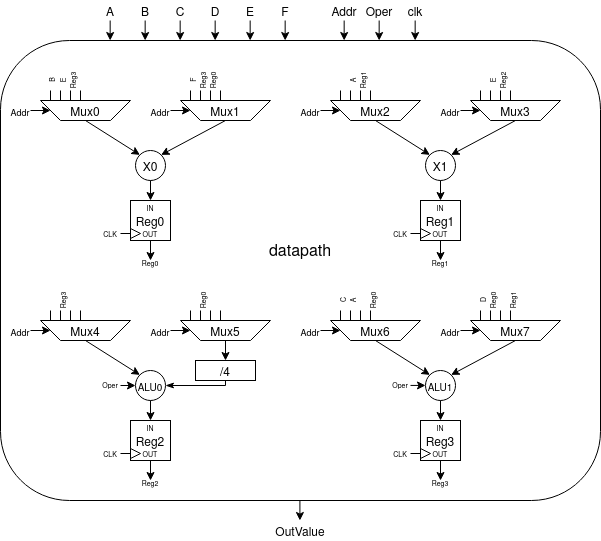
MiguelAReis/PSD_LAB2 keeps this draw.io diagram as lab2/Diagramas/Datapath.png. Above is the earlier version. Source tidied: cells renumbered, new cells last; positions are measured from the earlier drawing's top-left corner, leaving out a move shared by most shapes.
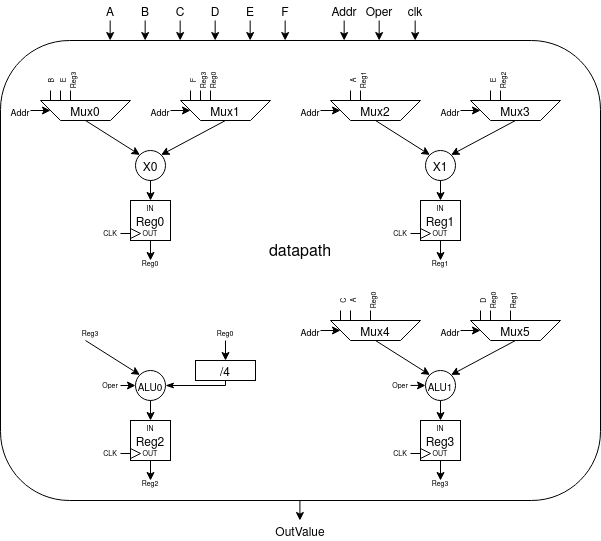
After the change.

Commit message:
updated datapath diagram

Change to the diagram source:
```diff
@@ -26,12 +26,6 @@
         <mxPoint x="70" y="40" as="targetPoint" />
       </mxGeometry>
     </mxCell>
-    <mxCell id="8" style="endArrow=none;html=1;" parent="4" edge="1">
-      <mxGeometry relative="1" as="geometry">
-        <mxPoint x="80" y="40" as="sourcePoint" />
-        <mxPoint x="80" y="30" as="targetPoint" />
-      </mxGeometry>
-    </mxCell>
     <mxCell id="9" style="endArrow=none;html=1;" parent="4" edge="1">
       <mxGeometry relative="1" as="geometry">
         <mxPoint x="50" y="40" as="sourcePoint" />
@@ -76,12 +70,6 @@
         <mxPoint x="70" y="40" as="targetPoint" />
       </mxGeometry>
     </mxCell>
-    <mxCell id="20" style="endArrow=none;html=1;" parent="16" edge="1">
-      <mxGeometry relative="1" as="geometry">
-        <mxPoint x="80" y="40" as="sourcePoint" />
-        <mxPoint x="80" y="30" as="targetPoint" />
-      </mxGeometry>
-    </mxCell>
     <mxCell id="21" style="endArrow=none;html=1;" parent="16" edge="1">
       <mxGeometry relative="1" as="geometry">
         <mxPoint x="50" y="40" as="sourcePoint" />
@@ -170,18 +158,6 @@
         <mxPoint x="70" y="40" as="targetPoint" />
       </mxGeometry>
     </mxCell>
-    <mxCell id="43" style="endArrow=none;html=1;" parent="39" edge="1">
-      <mxGeometry relative="1" as="geometry">
-        <mxPoint x="80" y="40" as="sourcePoint" />
-        <mxPoint x="80" y="30" as="targetPoint" />
-      </mxGeometry>
-    </mxCell>
-    <mxCell id="44" style="endArrow=none;html=1;" parent="39" edge="1">
-      <mxGeometry relative="1" as="geometry">
-        <mxPoint x="50" y="40" as="sourcePoint" />
-        <mxPoint x="50" y="30" as="targetPoint" />
-      </mxGeometry>
-    </mxCell>
     <mxCell id="45" value="&lt;font style=&quot;font-size: 7px&quot;&gt;A&lt;/font&gt;" style="text;html=1;strokeColor=none;fillColor=none;align=center;verticalAlign=middle;whiteSpace=wrap;rounded=0;rotation=-90;" parent="39" vertex="1">
       <mxGeometry x="40" y="10" width="40" height="20" as="geometry" />
     </mxCell>
@@ -217,18 +193,6 @@
         <mxPoint x="70" y="40" as="targetPoint" />
       </mxGeometry>
     </mxCell>
-    <mxCell id="54" style="endArrow=none;html=1;" parent="50" edge="1">
-      <mxGeometry relative="1" as="geometry">
-        <mxPoint x="80" y="40" as="sourcePoint" />
-        <mxPoint x="80" y="30" as="targetPoint" />
-      </mxGeometry>
-    </mxCell>
-    <mxCell id="55" style="endArrow=none;html=1;" parent="50" edge="1">
-      <mxGeometry relative="1" as="geometry">
-        <mxPoint x="50" y="40" as="sourcePoint" />
-        <mxPoint x="50" y="30" as="targetPoint" />
-      </mxGeometry>
-    </mxCell>
     <mxCell id="56" value="&lt;font style=&quot;font-size: 7px&quot;&gt;E&lt;/font&gt;" style="text;html=1;strokeColor=none;fillColor=none;align=center;verticalAlign=middle;whiteSpace=wrap;rounded=0;rotation=-90;" parent="50" vertex="1">
       <mxGeometry x="40" y="10" width="40" height="20" as="geometry" />
     </mxCell>
@@ -287,96 +251,10 @@
     <mxCell id="71" value="&lt;font style=&quot;font-size: 10px&quot;&gt;ALU0&lt;/font&gt;" style="ellipse;whiteSpace=wrap;html=1;" parent="1" vertex="1">
       <mxGeometry x="135" y="370" width="30" height="30" as="geometry" />
     </mxCell>
-    <mxCell id="72" style="group;" parent="1" vertex="1">
-      <mxGeometry y="280" width="130" height="60" as="geometry" />
-    </mxCell>
-    <mxCell id="73" style="shape=trapezoid;perimeter=trapezoidPerimeter;whiteSpace=wrap;html=1;fixedSize=1;rotation=-180;" parent="72" vertex="1">
-      <mxGeometry x="40" y="40" width="90" height="20" as="geometry" />
-    </mxCell>
-    <mxCell id="74" style="endArrow=none;html=1;" parent="72" edge="1">
-      <mxGeometry relative="1" as="geometry">
-        <mxPoint x="60" y="40" as="sourcePoint" />
-        <mxPoint x="60" y="30" as="targetPoint" />
-      </mxGeometry>
-    </mxCell>
-    <mxCell id="75" style="endArrow=none;html=1;" parent="72" edge="1">
-      <mxGeometry relative="1" as="geometry">
-        <mxPoint x="70" y="30" as="sourcePoint" />
-        <mxPoint x="70" y="40" as="targetPoint" />
-      </mxGeometry>
-    </mxCell>
-    <mxCell id="76" style="endArrow=none;html=1;" parent="72" edge="1">
-      <mxGeometry relative="1" as="geometry">
-        <mxPoint x="80" y="40" as="sourcePoint" />
-        <mxPoint x="80" y="30" as="targetPoint" />
-      </mxGeometry>
-    </mxCell>
-    <mxCell id="77" style="endArrow=none;html=1;" parent="72" edge="1">
-      <mxGeometry relative="1" as="geometry">
-        <mxPoint x="50" y="40" as="sourcePoint" />
-        <mxPoint x="50" y="30" as="targetPoint" />
-      </mxGeometry>
-    </mxCell>
-    <mxCell id="78" value="&lt;font style=&quot;font-size: 7px&quot;&gt;Reg3&lt;/font&gt;" style="text;html=1;strokeColor=none;fillColor=none;align=center;verticalAlign=middle;whiteSpace=wrap;rounded=0;rotation=-90;" parent="72" vertex="1">
-      <mxGeometry x="40" y="10" width="40" height="20" as="geometry" />
-    </mxCell>
-    <mxCell id="79" style="endArrow=classic;html=1;entryX=1;entryY=0.5;entryDx=0;entryDy=0;" parent="72" edge="1" target="73">
-      <mxGeometry relative="1" as="geometry">
-        <mxPoint x="30" y="50" as="sourcePoint" />
-      </mxGeometry>
-    </mxCell>
-    <mxCell id="80" value="&lt;font style=&quot;font-size: 9px&quot;&gt;Addr&lt;/font&gt;" style="text;html=1;strokeColor=none;fillColor=none;align=center;verticalAlign=middle;whiteSpace=wrap;rounded=0;" parent="72" vertex="1">
-      <mxGeometry y="40" width="40" height="20" as="geometry" />
-    </mxCell>
-    <mxCell id="81" value="Mux4" style="text;html=1;strokeColor=none;fillColor=none;align=center;verticalAlign=middle;whiteSpace=wrap;rounded=0;" parent="72" vertex="1">
-      <mxGeometry x="65" y="40" width="40" height="20" as="geometry" />
-    </mxCell>
-    <mxCell id="82" style="group;" parent="1" vertex="1">
-      <mxGeometry x="140" y="280" width="130" height="60" as="geometry" />
-    </mxCell>
-    <mxCell id="83" style="shape=trapezoid;perimeter=trapezoidPerimeter;whiteSpace=wrap;html=1;fixedSize=1;rotation=-180;" parent="82" vertex="1">
-      <mxGeometry x="40" y="40" width="90" height="20" as="geometry" />
-    </mxCell>
-    <mxCell id="84" style="endArrow=none;html=1;" parent="82" edge="1">
-      <mxGeometry relative="1" as="geometry">
-        <mxPoint x="60" y="40" as="sourcePoint" />
-        <mxPoint x="60" y="30" as="targetPoint" />
-      </mxGeometry>
-    </mxCell>
-    <mxCell id="85" style="endArrow=none;html=1;" parent="82" edge="1">
-      <mxGeometry relative="1" as="geometry">
-        <mxPoint x="70" y="30" as="sourcePoint" />
-        <mxPoint x="70" y="40" as="targetPoint" />
-      </mxGeometry>
-    </mxCell>
-    <mxCell id="86" style="endArrow=none;html=1;" parent="82" edge="1">
-      <mxGeometry relative="1" as="geometry">
-        <mxPoint x="80" y="40" as="sourcePoint" />
-        <mxPoint x="80" y="30" as="targetPoint" />
-      </mxGeometry>
-    </mxCell>
-    <mxCell id="87" style="endArrow=none;html=1;" parent="82" edge="1">
-      <mxGeometry relative="1" as="geometry">
-        <mxPoint x="50" y="40" as="sourcePoint" />
-        <mxPoint x="50" y="30" as="targetPoint" />
-      </mxGeometry>
-    </mxCell>
-    <mxCell id="88" value="&lt;font style=&quot;font-size: 7px&quot;&gt;Reg0&lt;/font&gt;" style="text;html=1;strokeColor=none;fillColor=none;align=center;verticalAlign=middle;whiteSpace=wrap;rounded=0;rotation=-90;" parent="82" vertex="1">
-      <mxGeometry x="40" y="10" width="40" height="20" as="geometry" />
-    </mxCell>
-    <mxCell id="89" style="endArrow=classic;html=1;entryX=1;entryY=0.5;entryDx=0;entryDy=0;" parent="82" edge="1" target="83">
-      <mxGeometry relative="1" as="geometry">
-        <mxPoint x="30" y="50" as="sourcePoint" />
-      </mxGeometry>
-    </mxCell>
-    <mxCell id="90" value="&lt;font style=&quot;font-size: 9px&quot;&gt;Addr&lt;/font&gt;" style="text;html=1;strokeColor=none;fillColor=none;align=center;verticalAlign=middle;whiteSpace=wrap;rounded=0;" parent="82" vertex="1">
-      <mxGeometry y="40" width="40" height="20" as="geometry" />
-    </mxCell>
-    <mxCell id="91" value="Mux5" style="text;html=1;strokeColor=none;fillColor=none;align=center;verticalAlign=middle;whiteSpace=wrap;rounded=0;" parent="82" vertex="1">
-      <mxGeometry x="65" y="40" width="40" height="20" as="geometry" />
-    </mxCell>
-    <mxCell id="92" style="endArrow=classic;html=1;entryX=0;entryY=0;entryDx=0;entryDy=0;exitX=0.5;exitY=1;exitDx=0;exitDy=0;" parent="1" edge="1" source="81" target="71">
-      <mxGeometry relative="1" as="geometry" />
+    <mxCell id="92" style="endArrow=classic;html=1;entryX=0;entryY=0;entryDx=0;entryDy=0;exitX=0.5;exitY=1;exitDx=0;exitDy=0;" parent="1" edge="1" target="71">
+      <mxGeometry relative="1" as="geometry">
+        <mxPoint x="85" y="340" as="sourcePoint" />
+      </mxGeometry>
     </mxCell>
     <mxCell id="93" value="Reg2" style="rounded=0;whiteSpace=wrap;html=1;" parent="1" vertex="1">
       <mxGeometry x="130" y="420" width="40" height="40" as="geometry" />
@@ -425,12 +303,6 @@
         <mxPoint x="60" y="30" as="targetPoint" />
       </mxGeometry>
     </mxCell>
-    <mxCell id="105" style="endArrow=none;html=1;" parent="102" edge="1">
-      <mxGeometry relative="1" as="geometry">
-        <mxPoint x="70" y="30" as="sourcePoint" />
-        <mxPoint x="70" y="40" as="targetPoint" />
-      </mxGeometry>
-    </mxCell>
     <mxCell id="106" style="endArrow=none;html=1;" parent="102" edge="1">
       <mxGeometry relative="1" as="geometry">
         <mxPoint x="80" y="40" as="sourcePoint" />
@@ -460,7 +332,7 @@
     <mxCell id="112" value="&lt;font style=&quot;font-size: 9px&quot;&gt;Addr&lt;/font&gt;" style="text;html=1;strokeColor=none;fillColor=none;align=center;verticalAlign=middle;whiteSpace=wrap;rounded=0;" parent="102" vertex="1">
       <mxGeometry y="40" width="40" height="20" as="geometry" />
     </mxCell>
-    <mxCell id="113" value="Mux6" style="text;html=1;strokeColor=none;fillColor=none;align=center;verticalAlign=middle;whiteSpace=wrap;rounded=0;" parent="102" vertex="1">
+    <mxCell id="113" value="Mux4" style="text;html=1;strokeColor=none;fillColor=none;align=center;verticalAlign=middle;whiteSpace=wrap;rounded=0;" parent="102" vertex="1">
       <mxGeometry x="65" y="40" width="40" height="20" as="geometry" />
     </mxCell>
     <mxCell id="114" style="group;" parent="1" vertex="1">
@@ -475,12 +347,6 @@
         <mxPoint x="60" y="30" as="targetPoint" />
       </mxGeometry>
     </mxCell>
-    <mxCell id="117" style="endArrow=none;html=1;" parent="114" edge="1">
-      <mxGeometry relative="1" as="geometry">
-        <mxPoint x="70" y="30" as="sourcePoint" />
-        <mxPoint x="70" y="40" as="targetPoint" />
-      </mxGeometry>
-    </mxCell>
     <mxCell id="118" style="endArrow=none;html=1;" parent="114" edge="1">
       <mxGeometry relative="1" as="geometry">
         <mxPoint x="80" y="40" as="sourcePoint" />
@@ -510,7 +376,7 @@
     <mxCell id="124" value="&lt;font style=&quot;font-size: 9px&quot;&gt;Addr&lt;/font&gt;" style="text;html=1;strokeColor=none;fillColor=none;align=center;verticalAlign=middle;whiteSpace=wrap;rounded=0;" parent="114" vertex="1">
       <mxGeometry y="40" width="40" height="20" as="geometry" />
     </mxCell>
-    <mxCell id="125" value="Mux7" style="text;html=1;strokeColor=none;fillColor=none;align=center;verticalAlign=middle;whiteSpace=wrap;rounded=0;" parent="114" vertex="1">
+    <mxCell id="125" value="Mux5" style="text;html=1;strokeColor=none;fillColor=none;align=center;verticalAlign=middle;whiteSpace=wrap;rounded=0;" parent="114" vertex="1">
       <mxGeometry x="65" y="40" width="40" height="20" as="geometry" />
     </mxCell>
     <mxCell id="126" style="endArrow=classic;html=1;entryX=0;entryY=0;entryDx=0;entryDy=0;exitX=0.5;exitY=1;exitDx=0;exitDy=0;" parent="1" edge="1" source="113" target="101">
@@ -686,5 +552,11 @@
     <mxCell id="167" value="OutValue" style="text;html=1;strokeColor=none;fillColor=none;align=center;verticalAlign=middle;whiteSpace=wrap;rounded=0;" parent="1" vertex="1">
       <mxGeometry x="280" y="520" width="40" height="20" as="geometry" />
     </mxCell>
+    <mxCell id="78" value="&lt;font style=&quot;font-size: 7px&quot;&gt;Reg3&lt;/font&gt;" style="text;html=1;strokeColor=none;fillColor=none;align=center;verticalAlign=middle;whiteSpace=wrap;rounded=0;rotation=0;" parent="1" vertex="1">
+      <mxGeometry x="70" y="320" width="40" height="20" as="geometry" />
+    </mxCell>
+    <mxCell id="88" value="&lt;font style=&quot;font-size: 7px&quot;&gt;Reg0&lt;/font&gt;" style="text;html=1;strokeColor=none;fillColor=none;align=center;verticalAlign=middle;whiteSpace=wrap;rounded=0;rotation=0;" parent="1" vertex="1">
+      <mxGeometry x="205" y="320" width="40" height="20" as="geometry" />
+    </mxCell>
   </root>
 </mxGraphModel>
```
